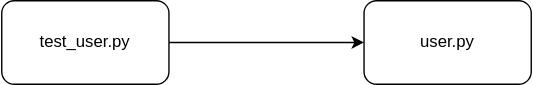
This is documents/flow.drawio.svg from Franciscocpierna/cadastro, a draw.io export, as it was before one commit. Source tidied: cells renumbered, new cells last; positions are measured from the earlier drawing's top-left corner, leaving out a move shared by most shapes.
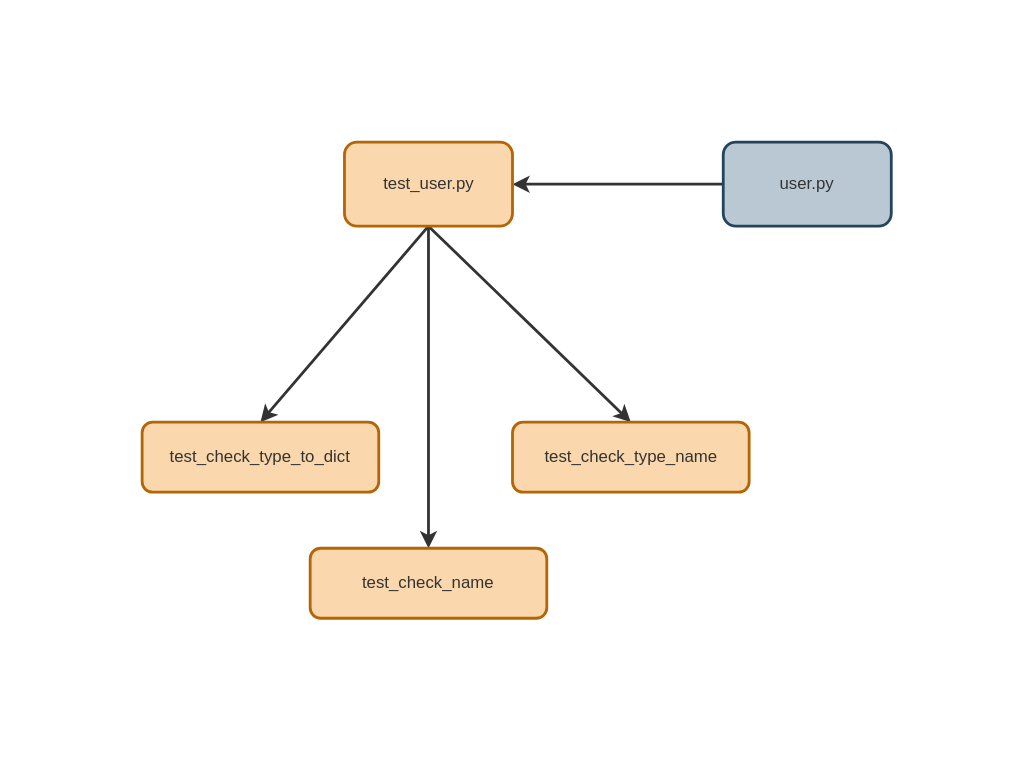
Above is the later version.

Commit message:
Ajustes plantados para arquivo readme

Diff of the diagram source:
```diff
@@ -1,15 +1,33 @@
-<mxGraphModel>
+<mxGraphModel background="#ffffff">
   <root>
     <mxCell id="0" />
     <mxCell id="1" parent="0" />
+    <mxCell id="3" style="edgeStyle=none;html=1;exitX=0;exitY=0.5;exitDx=0;exitDy=0;entryX=1;entryY=0.5;entryDx=0;entryDy=0;strokeWidth=2;strokeColor=#333333;" parent="1" edge="1" source="2" target="4">
+      <mxGeometry relative="1" as="geometry" />
+    </mxCell>
-    <mxCell id="2" value="user.py" style="rounded=1;whiteSpace=wrap;html=1;" parent="1" vertex="1">
-      <mxGeometry x="260" width="120" height="60" as="geometry" />
+    <mxCell id="2" value="user.py" style="rounded=1;whiteSpace=wrap;html=1;fillColor=#bac8d3;strokeColor=#23445d;fontColor=#333333;strokeWidth=2;" parent="1" vertex="1">
+      <mxGeometry x="325" width="120" height="60" as="geometry" />
     </mxCell>
-    <mxCell id="3" style="edgeStyle=none;html=1;exitX=1;exitY=0.5;exitDx=0;exitDy=0;entryX=0;entryY=0.5;entryDx=0;entryDy=0;" parent="1" edge="1" source="4" target="2">
-      <mxGeometry relative="1" as="geometry" />
-    </mxCell>
+    <mxCell id="5" style="edgeStyle=none;html=1;entryX=0.5;entryY=0;entryDx=0;entryDy=0;exitX=0.5;exitY=1;exitDx=0;exitDy=0;strokeColor=#333333;strokeWidth=2;" parent="1" edge="1" source="4" target="8">
+      <mxGeometry relative="1" as="geometry" />
+    </mxCell>
+    <mxCell id="6" style="edgeStyle=none;html=1;exitX=0.5;exitY=1;exitDx=0;exitDy=0;entryX=0.5;entryY=0;entryDx=0;entryDy=0;strokeColor=#333333;strokeWidth=2;" parent="1" edge="1" source="4" target="9">
+      <mxGeometry relative="1" as="geometry" />
+    </mxCell>
+    <mxCell id="7" style="edgeStyle=none;html=1;exitX=0.5;exitY=1;exitDx=0;exitDy=0;entryX=0.5;entryY=0;entryDx=0;entryDy=0;strokeColor=#333333;strokeWidth=2;" parent="1" edge="1" source="4" target="10">
+      <mxGeometry relative="1" as="geometry" />
+    </mxCell>
-    <mxCell id="4" value="test_user.py" style="rounded=1;whiteSpace=wrap;html=1;" parent="1" vertex="1">
-      <mxGeometry width="120" height="60" as="geometry" />
+    <mxCell id="4" value="test_user.py" style="rounded=1;whiteSpace=wrap;html=1;fillColor=#fad7ac;strokeColor=#b46504;fontColor=#333333;strokeWidth=2;" parent="1" vertex="1">
+      <mxGeometry x="54.5" width="120" height="60" as="geometry" />
     </mxCell>
+    <mxCell id="8" value="test_check_type_to_dict" style="rounded=1;whiteSpace=wrap;html=1;fillColor=#fad7ac;strokeColor=#b46504;fontColor=#333333;strokeWidth=2;" parent="1" vertex="1">
+      <mxGeometry x="-90" y="200" width="169" height="50" as="geometry" />
+    </mxCell>
+    <mxCell id="9" value="test_check_type_name" style="rounded=1;whiteSpace=wrap;html=1;fillColor=#fad7ac;strokeColor=#b46504;fontColor=#333333;strokeWidth=2;" parent="1" vertex="1">
+      <mxGeometry x="174.5" y="200" width="169" height="50" as="geometry" />
+    </mxCell>
+    <mxCell id="10" value="test_check_name" style="rounded=1;whiteSpace=wrap;html=1;fillColor=#fad7ac;strokeColor=#b46504;fontColor=#333333;strokeWidth=2;" parent="1" vertex="1">
+      <mxGeometry x="30" y="290" width="169" height="50" as="geometry" />
+    </mxCell>
   </root>
 </mxGraphModel>
```
